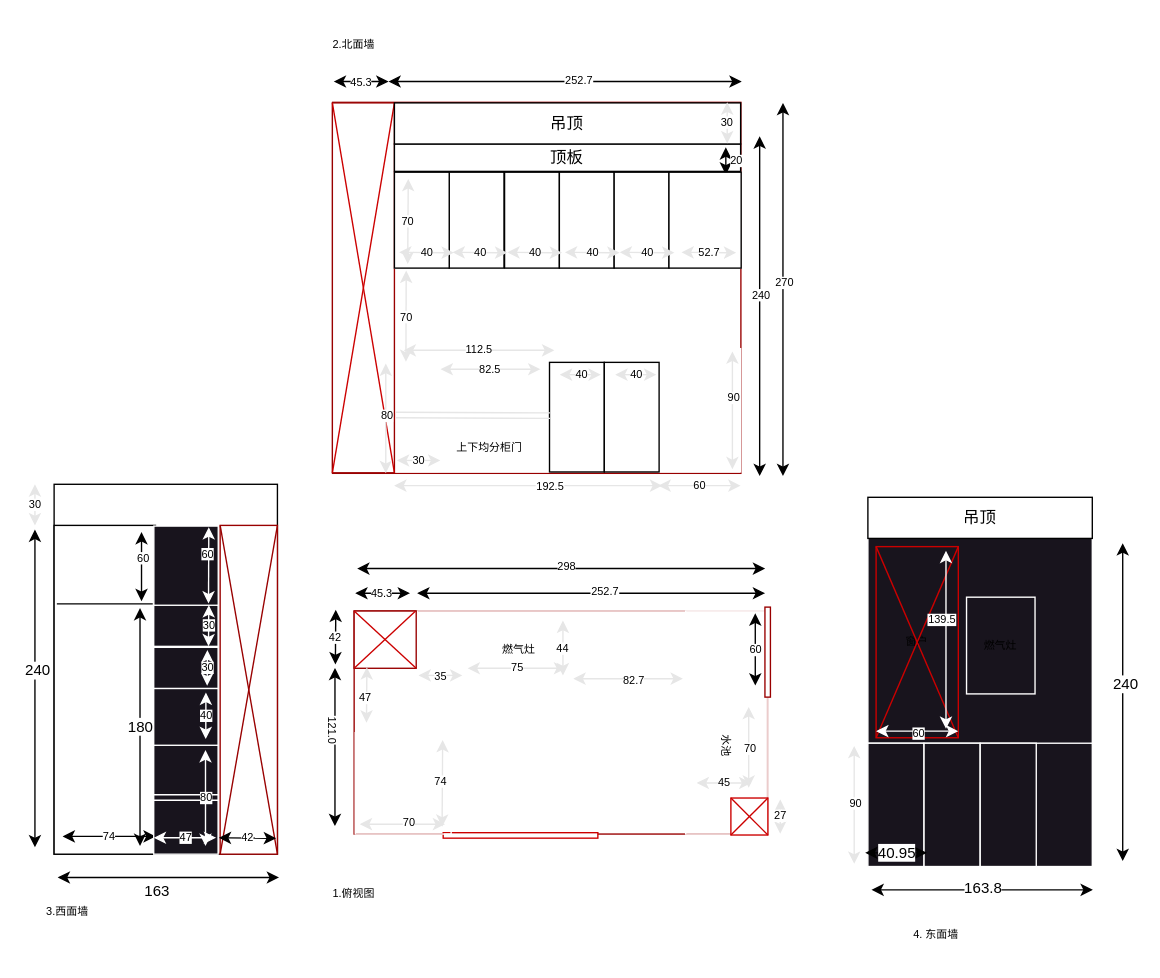
ChengCuotuo/note keeps this draw.io diagram as 厨房给师傅的.dio. Above is the earlier version. Source tidied: cells renumbered, new cells numbered last; positions are measured from the earlier drawing's top-left corner, leaving out a move shared by most shapes. Both pictures are drawn from the tidied source at 137%, with x=0, y=0 at pixel (26, 23).
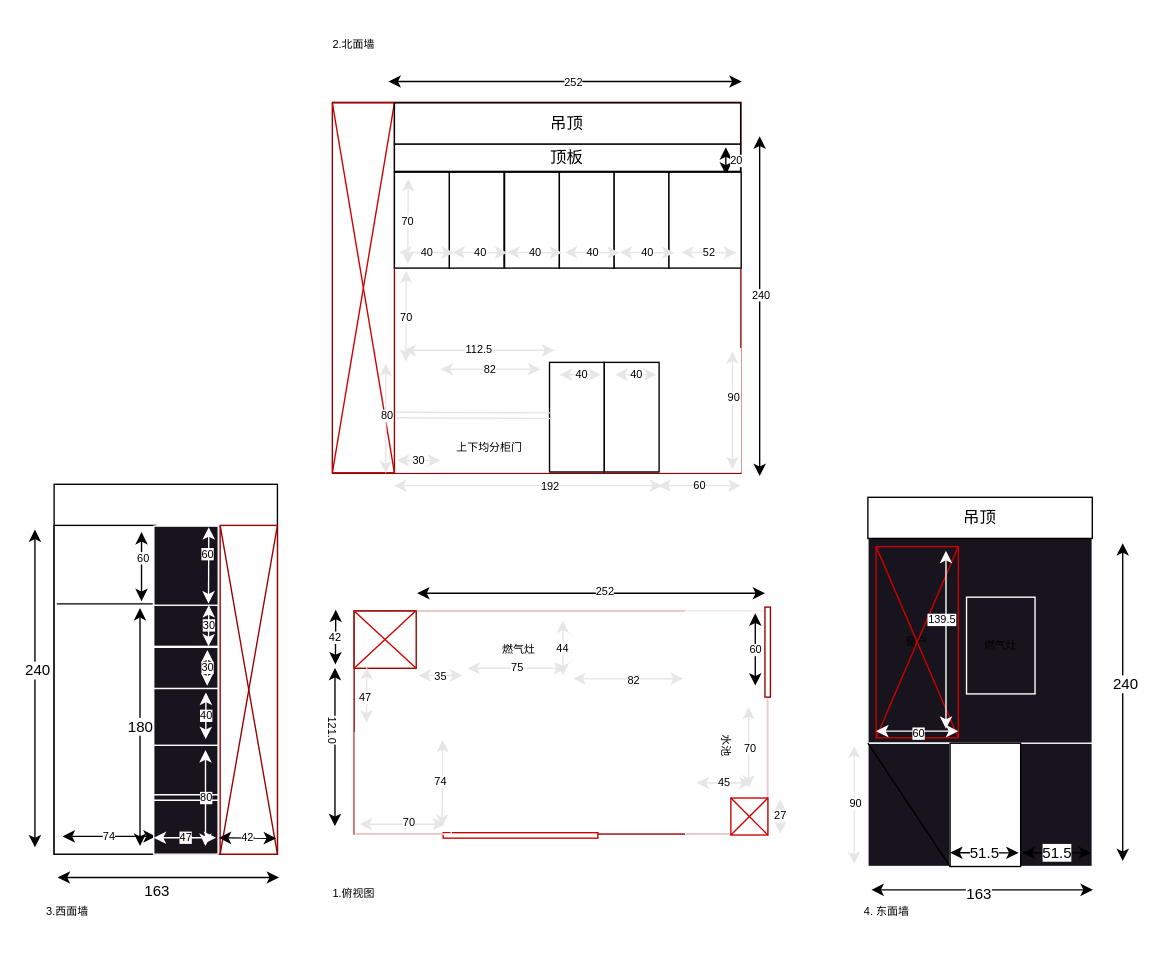
Above is the later version.

The change refers to these unchanged cells:
```xml
<mxCell id="19" style="endArrow=classic;startArrow=classic;html=1;fontSize=8;" parent="1" edge="1">
  <mxGeometry relative="1" as="geometry">
    <mxPoint x="285" y="415.5" as="sourcePoint" />
    <mxPoint x="539" y="415.5" as="targetPoint" />
  </mxGeometry>
</mxCell>
<mxCell id="29" style="endArrow=classic;startArrow=classic;html=1;fontSize=8;" parent="1" edge="1">
  <mxGeometry relative="1" as="geometry">
    <mxPoint x="264" y="42" as="sourcePoint" />
    <mxPoint x="521.9" y="42" as="targetPoint" />
  </mxGeometry>
</mxCell>
<mxCell id="36" style="endArrow=classic;startArrow=classic;html=1;strokeColor=#E6E6E6;fontSize=8;" parent="1" edge="1">
  <mxGeometry relative="1" as="geometry">
    <mxPoint x="268.2" y="337" as="sourcePoint" />
    <mxPoint x="463.9" y="337" as="targetPoint" />
  </mxGeometry>
</mxCell>
<mxCell id="55" style="endArrow=classic;startArrow=classic;html=1;strokeColor=#E6E6E6;fontSize=8;" parent="1" edge="1">
  <mxGeometry relative="1" as="geometry">
    <mxPoint x="399" y="477.9" as="sourcePoint" />
    <mxPoint x="479" y="477.9" as="targetPoint" />
  </mxGeometry>
</mxCell>
<mxCell id="113" style="endArrow=classic;startArrow=classic;html=1;" parent="1" edge="1">
  <mxGeometry relative="1" as="geometry">
    <mxPoint x="616.6" y="632" as="sourcePoint" />
    <mxPoint x="778.2" y="632" as="targetPoint" />
  </mxGeometry>
</mxCell>
```

Diff of the diagram source:
```diff
@@
-    <mxCell id="13" style="endArrow=classic;startArrow=classic;html=1;fontSize=8;" parent="1" edge="1">
-      <mxGeometry relative="1" as="geometry">
-        <mxPoint x="241.2" y="397.5" as="sourcePoint" />
-        <mxPoint x="539" y="397.5" as="targetPoint" />
-      </mxGeometry>
-    </mxCell>
-    <mxCell id="14" value="298" style="edgeLabel;html=1;align=center;verticalAlign=middle;fontSize=8;" parent="13" vertex="1">
-      <mxGeometry x="-0.29" y="1" relative="1" as="geometry">
-        <mxPoint x="46" y="-1" as="offset" />
-      </mxGeometry>
-    </mxCell>
@@
-    <mxCell id="20" value="252.7" style="edgeLabel;html=1;align=center;verticalAlign=middle;fontSize=8;" parent="19" vertex="1">
+    <mxCell id="20" value="252" style="edgeLabel;html=1;align=center;verticalAlign=middle;fontSize=8;" parent="19" vertex="1">
       <mxGeometry x="-0.29" y="1" relative="1" as="geometry">
         <mxPoint x="46" y="-1" as="offset" />
       </mxGeometry>
     </mxCell>
@@
-    <mxCell id="23" style="endArrow=classic;startArrow=classic;html=1;fontSize=8;" parent="1" edge="1">
-      <mxGeometry relative="1" as="geometry">
-        <mxPoint x="279.8" y="415.5" as="sourcePoint" />
-        <mxPoint x="239.8" y="415.5" as="targetPoint" />
-      </mxGeometry>
-    </mxCell>
-    <mxCell id="24" value="45.3" style="edgeLabel;html=1;align=center;verticalAlign=middle;rotation=0;fontSize=8;" parent="23" vertex="1">
-      <mxGeometry x="0.23" y="1" relative="1" as="geometry">
-        <mxPoint x="4" y="-1" as="offset" />
-      </mxGeometry>
-    </mxCell>
@@
-    <mxCell id="30" value="252.7" style="edgeLabel;html=1;align=center;verticalAlign=middle;fontSize=8;" parent="29" vertex="1">
+    <mxCell id="30" value="252" style="edgeLabel;html=1;align=center;verticalAlign=middle;fontSize=8;" parent="29" vertex="1">
       <mxGeometry x="-0.29" y="1" relative="1" as="geometry">
-        <mxPoint x="46" y="-1" as="offset" />
+        <mxPoint x="42" y="1" as="offset" />
       </mxGeometry>
     </mxCell>
-    <mxCell id="31" style="endArrow=classic;startArrow=classic;html=1;fontSize=8;" parent="1" edge="1">
-      <mxGeometry relative="1" as="geometry">
-        <mxPoint x="552" y="330" as="sourcePoint" />
-        <mxPoint x="552" y="57.6" as="targetPoint" />
-      </mxGeometry>
-    </mxCell>
-    <mxCell id="32" value="270" style="edgeLabel;html=1;align=center;verticalAlign=middle;fontSize=8;" parent="31" vertex="1">
-      <mxGeometry x="-0.29" y="1" relative="1" as="geometry">
-        <mxPoint x="1" y="-45" as="offset" />
-      </mxGeometry>
-    </mxCell>
@@
-    <mxCell id="37" value="192.5" style="edgeLabel;html=1;align=center;verticalAlign=middle;fontSize=8;" parent="36" vertex="1">
+    <mxCell id="37" value="192" style="edgeLabel;html=1;align=center;verticalAlign=middle;fontSize=8;" parent="36" vertex="1">
       <mxGeometry x="0.13" relative="1" as="geometry">
         <mxPoint x="2" as="offset" />
       </mxGeometry>
     </mxCell>
@@
-    <mxCell id="56" value="82.7" style="edgeLabel;html=1;align=center;verticalAlign=middle;fontSize=8;" parent="55" vertex="1">
+    <mxCell id="56" value="82" style="edgeLabel;html=1;align=center;verticalAlign=middle;fontSize=8;" parent="55" vertex="1">
       <mxGeometry x="-0.25" y="-1" relative="1" as="geometry">
         <mxPoint x="13" as="offset" />
       </mxGeometry>
     </mxCell>
@@
-    <mxCell id="58" value="82.5" style="endArrow=classic;startArrow=classic;html=1;strokeColor=#E6E6E6;fontSize=8;" parent="1" edge="1">
+    <mxCell id="58" value="82" style="endArrow=classic;startArrow=classic;html=1;strokeColor=#E6E6E6;fontSize=8;" parent="1" edge="1">
       <mxGeometry relative="1" as="geometry">
         <mxPoint x="302.1" y="252" as="sourcePoint" />
         <mxPoint x="375" y="252" as="targetPoint" />
       </mxGeometry>
     </mxCell>
@@
-    <mxCell id="79" value="52.7" style="endArrow=classic;startArrow=classic;html=1;strokeColor=#E6E6E6;fontSize=8;" parent="1" edge="1">
+    <mxCell id="79" value="52" style="endArrow=classic;startArrow=classic;html=1;strokeColor=#E6E6E6;fontSize=8;" parent="1" edge="1">
       <mxGeometry relative="1" as="geometry">
         <mxPoint x="517.9" y="167" as="sourcePoint" />
         <mxPoint x="477.9" y="166.7" as="targetPoint" />
       </mxGeometry>
     </mxCell>
@@
-    <mxCell id="85" value="30" style="endArrow=classic;startArrow=classic;html=1;strokeColor=#E6E6E6;fontSize=8;" parent="1" edge="1">
-      <mxGeometry relative="1" as="geometry">
-        <mxPoint x="511.3" y="87.2" as="sourcePoint" />
-        <mxPoint x="511.3" y="57.2" as="targetPoint" />
-      </mxGeometry>
-    </mxCell>
-    <mxCell id="86" value="30" style="endArrow=classic;startArrow=classic;html=1;strokeColor=#E6E6E6;fontSize=8;" parent="1" edge="1">
-      <mxGeometry relative="1" as="geometry">
-        <mxPoint x="6" y="366" as="sourcePoint" />
-        <mxPoint x="6" y="336" as="targetPoint" />
-      </mxGeometry>
-    </mxCell>
@@
-    <mxCell id="114" value="163.8" style="edgeLabel;html=1;align=center;verticalAlign=middle;" parent="113" vertex="1">
-      <mxGeometry y="2" relative="1" as="geometry" />
-    </mxCell>
+    <mxCell id="152" value="163" style="edgeLabel;html=1;align=center;verticalAlign=middle;" parent="113" vertex="1">
+      <mxGeometry x="-0.04" y="-2" relative="1" as="geometry" />
+    </mxCell>
@@
-    <mxCell id="129" style="rounded=0;whiteSpace=wrap;html=1;strokeColor=#FFFFFF;fontSize=8;fillColor=#18141D;" parent="1" vertex="1">
-      <mxGeometry x="614" y="525" width="40.9" height="90" as="geometry" />
-    </mxCell>
     <mxCell id="130" style="rounded=0;whiteSpace=wrap;html=1;strokeColor=#FFFFFF;fontSize=8;fillColor=#18141D;" parent="1" vertex="1">
-      <mxGeometry x="655" y="525" width="40.9" height="90" as="geometry" />
+      <mxGeometry x="614" y="525" width="60" height="90" as="geometry" />
     </mxCell>
-    <mxCell id="131" style="rounded=0;whiteSpace=wrap;html=1;strokeColor=#FFFFFF;fontSize=8;fillColor=#18141D;" parent="1" vertex="1">
-      <mxGeometry x="696" y="525" width="40.9" height="90" as="geometry" />
-    </mxCell>
@@
     <mxCell id="135" value="4. 东面墙" style="text;html=1;strokeColor=none;fillColor=none;align=center;verticalAlign=middle;whiteSpace=wrap;rounded=0;fontSize=8;" parent="1" vertex="1">
-      <mxGeometry x="634" y="650" width="60" height="30" as="geometry" />
+      <mxGeometry x="598" y="633" width="60" height="30" as="geometry" />
     </mxCell>
@@
-    <mxCell id="137" value="40.95" style="endArrow=classic;startArrow=classic;html=1;" parent="1" edge="1">
-      <mxGeometry relative="1" as="geometry">
-        <mxPoint x="612" y="605" as="sourcePoint" />
-        <mxPoint x="657" y="605" as="targetPoint" />
-      </mxGeometry>
-    </mxCell>
@@
-    <mxCell id="150" style="endArrow=classic;startArrow=classic;html=1;fontSize=8;" parent="1" edge="1">
-      <mxGeometry relative="1" as="geometry">
-        <mxPoint x="264.1" y="42" as="sourcePoint" />
-        <mxPoint x="224.1" y="42" as="targetPoint" />
-      </mxGeometry>
-    </mxCell>
-    <mxCell id="151" value="45.3" style="edgeLabel;html=1;align=center;verticalAlign=middle;rotation=0;fontSize=8;" parent="150" vertex="1">
-      <mxGeometry x="0.23" y="1" relative="1" as="geometry">
-        <mxPoint x="4" y="-1" as="offset" />
-      </mxGeometry>
-    </mxCell>
+    <mxCell id="153" style="rounded=0;whiteSpace=wrap;html=1;" parent="1" vertex="1">
+      <mxGeometry x="674" y="525" width="51.5" height="90" as="geometry" />
+    </mxCell>
+    <mxCell id="154" style="endArrow=none;html=1;entryX=0;entryY=0;entryDx=0;entryDy=0;exitX=1;exitY=1;exitDx=0;exitDy=0;" parent="1" edge="1" source="130" target="130">
+      <mxGeometry relative="1" as="geometry" />
+    </mxCell>
+    <mxCell id="155" value="51.5" style="endArrow=classic;startArrow=classic;html=1;" parent="1" edge="1">
+      <mxGeometry relative="1" as="geometry">
+        <mxPoint x="674" y="604.9" as="sourcePoint" />
+        <mxPoint x="724" y="605" as="targetPoint" />
+      </mxGeometry>
+    </mxCell>
+    <mxCell id="156" value="51.5" style="endArrow=classic;startArrow=classic;html=1;" parent="1" edge="1">
+      <mxGeometry relative="1" as="geometry">
+        <mxPoint x="727" y="604.9" as="sourcePoint" />
+        <mxPoint x="777" y="605" as="targetPoint" />
+      </mxGeometry>
+    </mxCell>
```
